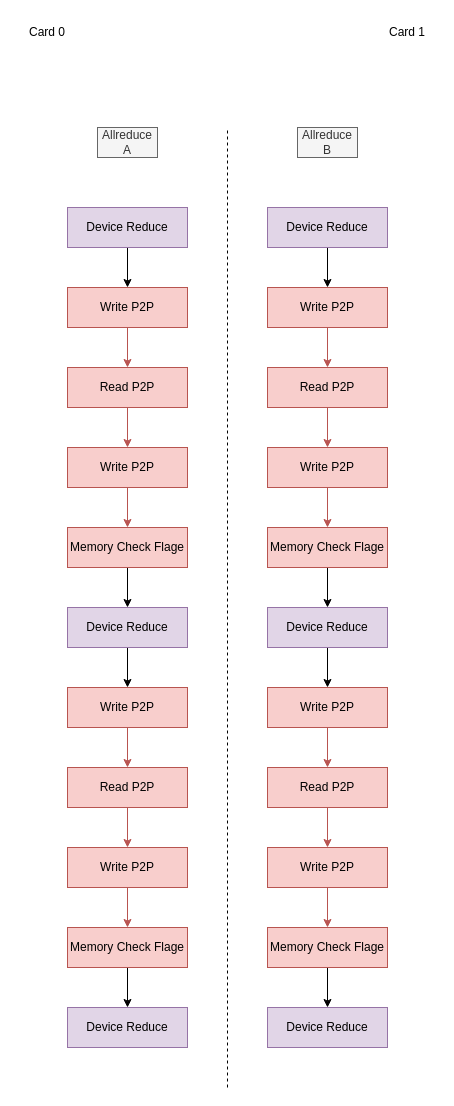
BEYHHH/SBLP keeps this draw.io diagram as TCCL/DeviceSyncP2PonWrite.drawio. Above is the earlier version. Source tidied: cells renumbered, new cells numbered last; positions are measured from the earlier drawing's top-left corner, leaving out a move shared by most shapes. Both pictures are drawn from the tidied source at 100%, with x=0, y=0 at pixel (17, 17).
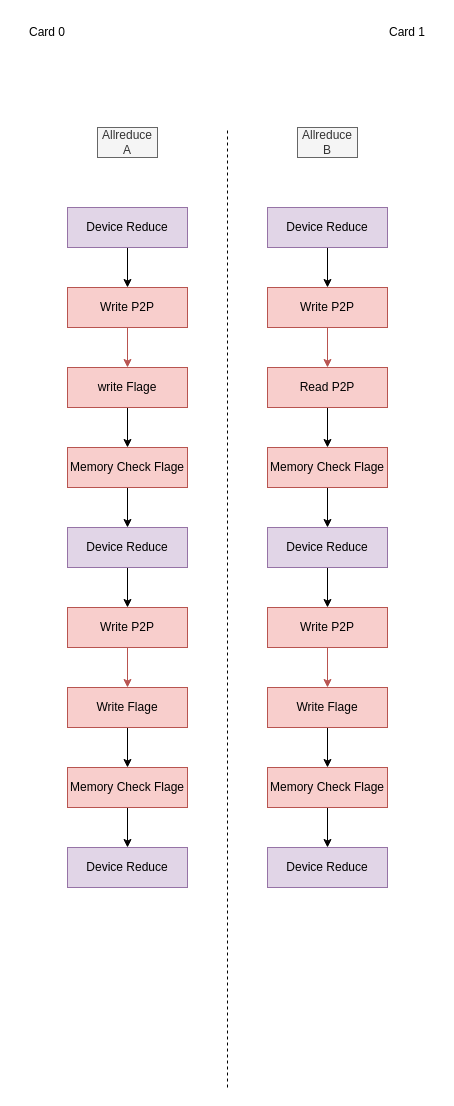
After the change.

The change refers to these unchanged cells:
```xml
<mxCell id="20" value="Read P2P" style="rounded=0;whiteSpace=wrap;html=1;fillColor=#f8cecc;strokeColor=#b85450;" parent="1" vertex="1">
  <mxGeometry x="250" y="350" width="120" height="40" as="geometry" />
</mxCell>
```

Diff of the diagram source:
```diff
@@
-    <mxCell id="7" style="edgeStyle=orthogonalEdgeStyle;rounded=0;jettySize=auto;html=1;fillColor=#f8cecc;strokeColor=#b85450;" parent="1" edge="1" source="8" target="10">
-      <mxGeometry relative="1" as="geometry" />
-    </mxCell>
+    <mxCell id="49" style="edgeStyle=orthogonalEdgeStyle;rounded=0;jettySize=auto;html=1;" parent="1" edge="1" source="8" target="12">
+      <mxGeometry relative="1" as="geometry" />
+    </mxCell>
-    <mxCell id="8" value="Read P2P" style="rounded=0;whiteSpace=wrap;html=1;fillColor=#f8cecc;strokeColor=#b85450;" parent="1" vertex="1">
+    <mxCell id="8" value="write Flage" style="rounded=0;whiteSpace=wrap;html=1;fillColor=#f8cecc;strokeColor=#b85450;" parent="1" vertex="1">
       <mxGeometry x="50" y="350" width="120" height="40" as="geometry" />
     </mxCell>
-    <mxCell id="9" style="edgeStyle=orthogonalEdgeStyle;rounded=0;jettySize=auto;html=1;fillColor=#f8cecc;strokeColor=#b85450;" parent="1" edge="1" source="10" target="12">
-      <mxGeometry relative="1" as="geometry" />
-    </mxCell>
-    <mxCell id="10" value="Write P2P" style="rounded=0;whiteSpace=wrap;html=1;fillColor=#f8cecc;strokeColor=#b85450;" parent="1" vertex="1">
-      <mxGeometry x="50" y="430" width="120" height="40" as="geometry" />
-    </mxCell>
@@
     <mxCell id="12" value="Memory Check Flage" style="rounded=0;whiteSpace=wrap;html=1;fillColor=#f8cecc;strokeColor=#b85450;" parent="1" vertex="1">
-      <mxGeometry x="50" y="510" width="120" height="40" as="geometry" />
+      <mxGeometry x="50" y="430" width="120" height="40" as="geometry" />
     </mxCell>
@@
     <mxCell id="14" value="Device Reduce" style="rounded=0;whiteSpace=wrap;html=1;fillColor=#e1d5e7;strokeColor=#9673a6;" parent="1" vertex="1">
-      <mxGeometry x="50" y="590" width="120" height="40" as="geometry" />
+      <mxGeometry x="50" y="510" width="120" height="40" as="geometry" />
     </mxCell>
@@
-    <mxCell id="19" style="edgeStyle=orthogonalEdgeStyle;rounded=0;jettySize=auto;html=1;fillColor=#f8cecc;strokeColor=#b85450;" parent="1" edge="1" source="20" target="22">
-      <mxGeometry relative="1" as="geometry" />
-    </mxCell>
+    <mxCell id="50" style="edgeStyle=orthogonalEdgeStyle;rounded=0;jettySize=auto;html=1;" parent="1" edge="1" source="20" target="24">
+      <mxGeometry relative="1" as="geometry" />
+    </mxCell>
@@
-    <mxCell id="21" style="edgeStyle=orthogonalEdgeStyle;rounded=0;jettySize=auto;html=1;fillColor=#f8cecc;strokeColor=#b85450;" parent="1" edge="1" source="22" target="24">
-      <mxGeometry relative="1" as="geometry" />
-    </mxCell>
-    <mxCell id="22" value="Write P2P" style="rounded=0;whiteSpace=wrap;html=1;fillColor=#f8cecc;strokeColor=#b85450;" parent="1" vertex="1">
-      <mxGeometry x="250" y="430" width="120" height="40" as="geometry" />
-    </mxCell>
@@
     <mxCell id="24" value="Memory Check Flage" style="rounded=0;whiteSpace=wrap;html=1;fillColor=#f8cecc;strokeColor=#b85450;" parent="1" vertex="1">
-      <mxGeometry x="250" y="510" width="120" height="40" as="geometry" />
+      <mxGeometry x="250" y="430" width="120" height="40" as="geometry" />
     </mxCell>
@@
     <mxCell id="26" value="Device Reduce" style="rounded=0;whiteSpace=wrap;html=1;fillColor=#e1d5e7;strokeColor=#9673a6;" parent="1" vertex="1">
-      <mxGeometry x="250" y="590" width="120" height="40" as="geometry" />
+      <mxGeometry x="250" y="510" width="120" height="40" as="geometry" />
     </mxCell>
@@
     <mxCell id="32" value="Write P2P" style="rounded=0;whiteSpace=wrap;html=1;fillColor=#f8cecc;strokeColor=#b85450;" parent="1" vertex="1">
-      <mxGeometry x="50" y="670" width="120" height="40" as="geometry" />
+      <mxGeometry x="50" y="590" width="120" height="40" as="geometry" />
     </mxCell>
-    <mxCell id="33" style="edgeStyle=orthogonalEdgeStyle;rounded=0;jettySize=auto;html=1;fillColor=#f8cecc;strokeColor=#b85450;" parent="1" edge="1" source="34" target="36">
-      <mxGeometry relative="1" as="geometry" />
-    </mxCell>
+    <mxCell id="51" style="edgeStyle=orthogonalEdgeStyle;rounded=0;jettySize=auto;html=1;" parent="1" edge="1" source="34" target="38">
+      <mxGeometry relative="1" as="geometry" />
+    </mxCell>
-    <mxCell id="34" value="Read P2P" style="rounded=0;whiteSpace=wrap;html=1;fillColor=#f8cecc;strokeColor=#b85450;" parent="1" vertex="1">
-      <mxGeometry x="50" y="750" width="120" height="40" as="geometry" />
+    <mxCell id="34" value="Write Flage" style="rounded=0;whiteSpace=wrap;html=1;fillColor=#f8cecc;strokeColor=#b85450;" parent="1" vertex="1">
+      <mxGeometry x="50" y="670" width="120" height="40" as="geometry" />
     </mxCell>
-    <mxCell id="35" style="edgeStyle=orthogonalEdgeStyle;rounded=0;jettySize=auto;html=1;fillColor=#f8cecc;strokeColor=#b85450;" parent="1" edge="1" source="36" target="38">
-      <mxGeometry relative="1" as="geometry" />
-    </mxCell>
-    <mxCell id="36" value="Write P2P" style="rounded=0;whiteSpace=wrap;html=1;fillColor=#f8cecc;strokeColor=#b85450;" parent="1" vertex="1">
-      <mxGeometry x="50" y="830" width="120" height="40" as="geometry" />
-    </mxCell>
@@
     <mxCell id="38" value="Memory Check Flage" style="rounded=0;whiteSpace=wrap;html=1;fillColor=#f8cecc;strokeColor=#b85450;" parent="1" vertex="1">
-      <mxGeometry x="50" y="910" width="120" height="40" as="geometry" />
+      <mxGeometry x="50" y="750" width="120" height="40" as="geometry" />
     </mxCell>
     <mxCell id="39" value="Device Reduce" style="rounded=0;whiteSpace=wrap;html=1;fillColor=#e1d5e7;strokeColor=#9673a6;" parent="1" vertex="1">
-      <mxGeometry x="50" y="990" width="120" height="40" as="geometry" />
+      <mxGeometry x="50" y="830" width="120" height="40" as="geometry" />
     </mxCell>
@@
     <mxCell id="41" value="Write P2P" style="rounded=0;whiteSpace=wrap;html=1;fillColor=#f8cecc;strokeColor=#b85450;" parent="1" vertex="1">
-      <mxGeometry x="250" y="670" width="120" height="40" as="geometry" />
+      <mxGeometry x="250" y="590" width="120" height="40" as="geometry" />
     </mxCell>
-    <mxCell id="42" style="edgeStyle=orthogonalEdgeStyle;rounded=0;jettySize=auto;html=1;fillColor=#f8cecc;strokeColor=#b85450;" parent="1" edge="1" source="43" target="45">
-      <mxGeometry relative="1" as="geometry" />
-    </mxCell>
+    <mxCell id="52" style="edgeStyle=orthogonalEdgeStyle;rounded=0;jettySize=auto;html=1;" parent="1" edge="1" source="43" target="47">
+      <mxGeometry relative="1" as="geometry" />
+    </mxCell>
-    <mxCell id="43" value="Read P2P" style="rounded=0;whiteSpace=wrap;html=1;fillColor=#f8cecc;strokeColor=#b85450;" parent="1" vertex="1">
-      <mxGeometry x="250" y="750" width="120" height="40" as="geometry" />
+    <mxCell id="43" value="Write Flage" style="rounded=0;whiteSpace=wrap;html=1;fillColor=#f8cecc;strokeColor=#b85450;" parent="1" vertex="1">
+      <mxGeometry x="250" y="670" width="120" height="40" as="geometry" />
     </mxCell>
-    <mxCell id="44" style="edgeStyle=orthogonalEdgeStyle;rounded=0;jettySize=auto;html=1;fillColor=#f8cecc;strokeColor=#b85450;" parent="1" edge="1" source="45" target="47">
-      <mxGeometry relative="1" as="geometry" />
-    </mxCell>
-    <mxCell id="45" value="Write P2P" style="rounded=0;whiteSpace=wrap;html=1;fillColor=#f8cecc;strokeColor=#b85450;" parent="1" vertex="1">
-      <mxGeometry x="250" y="830" width="120" height="40" as="geometry" />
-    </mxCell>
@@
     <mxCell id="47" value="Memory Check Flage" style="rounded=0;whiteSpace=wrap;html=1;fillColor=#f8cecc;strokeColor=#b85450;" parent="1" vertex="1">
-      <mxGeometry x="250" y="910" width="120" height="40" as="geometry" />
+      <mxGeometry x="250" y="750" width="120" height="40" as="geometry" />
     </mxCell>
     <mxCell id="48" value="Device Reduce" style="rounded=0;whiteSpace=wrap;html=1;fillColor=#e1d5e7;strokeColor=#9673a6;" parent="1" vertex="1">
-      <mxGeometry x="250" y="990" width="120" height="40" as="geometry" />
+      <mxGeometry x="250" y="830" width="120" height="40" as="geometry" />
     </mxCell>
```
